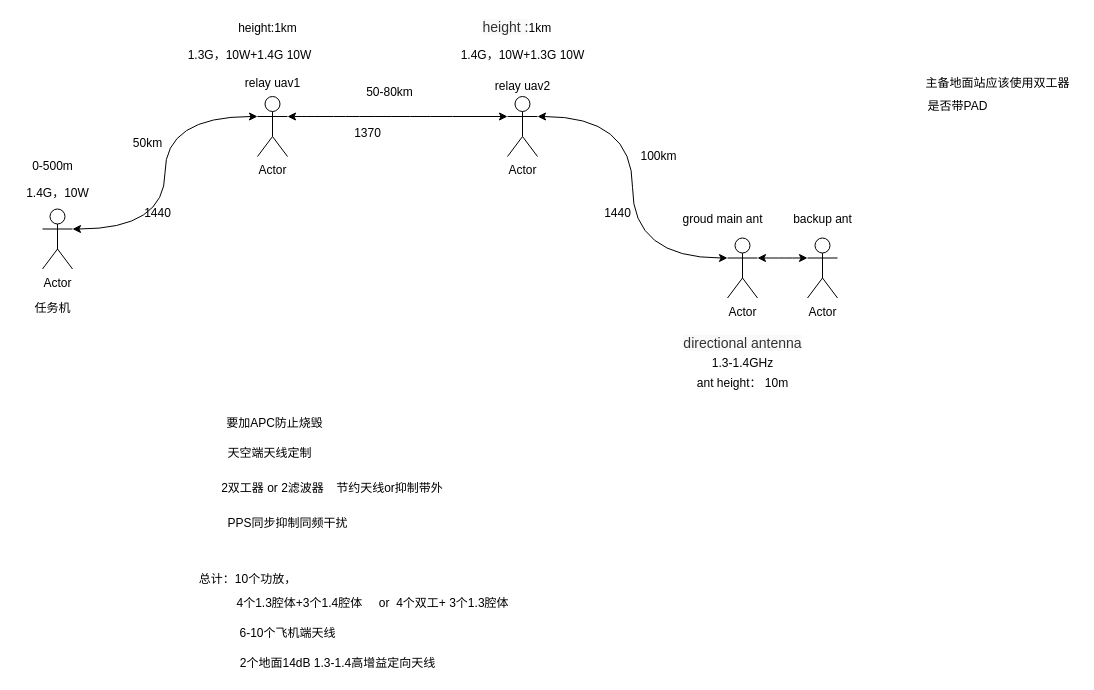
Before: 多机中继.drawio in Momenttt/hellogithub, a draw.io diagram. Source tidied: cells renumbered, new cells numbered last; positions are measured from the earlier drawing's top-left corner, leaving out a move shared by most shapes. Both pictures are drawn from the tidied source at 100%, with x=0, y=0 at pixel (17, 17).
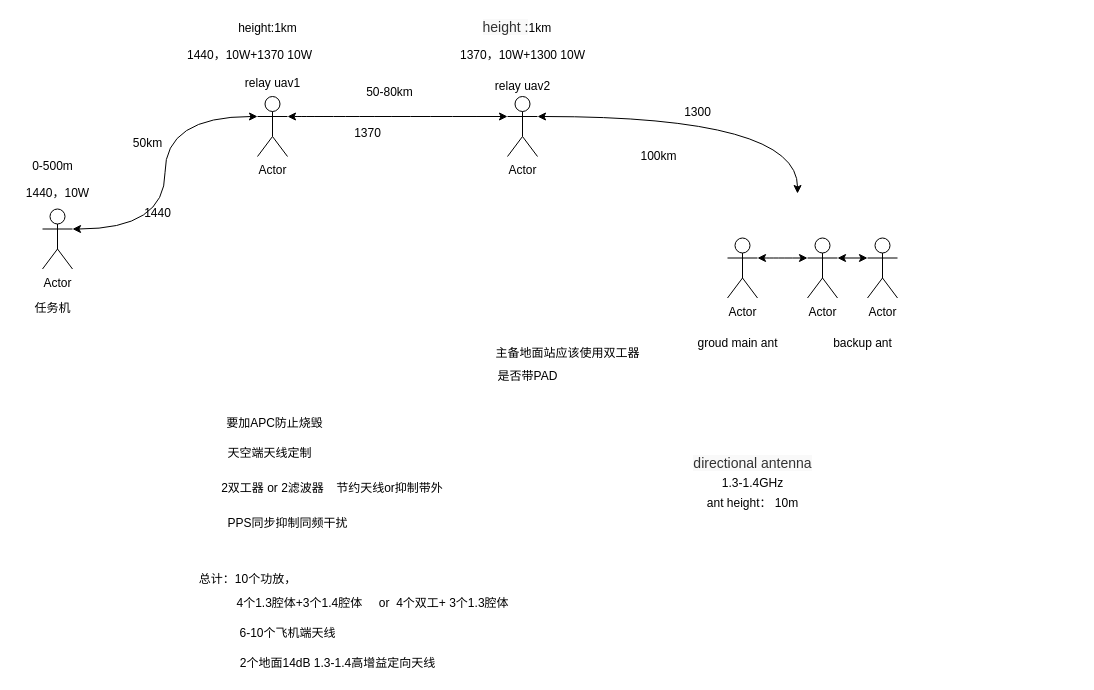
Above is the later version.

The change refers to these unchanged cells:
```xml
<mxCell id="7" value="Actor" style="shape=umlActor;verticalLabelPosition=bottom;labelBackgroundColor=#ffffff;verticalAlign=top;html=1;outlineConnect=0;" parent="1" vertex="1">
  <mxGeometry x="490" y="79" width="30" height="60" as="geometry" />
</mxCell>
<mxCell id="9" value="Actor" style="shape=umlActor;verticalLabelPosition=bottom;labelBackgroundColor=#ffffff;verticalAlign=top;html=1;outlineConnect=0;" parent="1" vertex="1">
  <mxGeometry x="710" y="220.5" width="30" height="60" as="geometry" />
</mxCell>
<mxCell id="23" value="Actor" style="shape=umlActor;verticalLabelPosition=bottom;labelBackgroundColor=#ffffff;verticalAlign=top;html=1;outlineConnect=0;" parent="1" vertex="1">
  <mxGeometry x="790" y="220.5" width="30" height="60" as="geometry" />
</mxCell>
```

What changed in the source:
```diff
@@
-    <mxCell id="6" style="edgeStyle=orthogonalEdgeStyle;jettySize=auto;html=1;exitX=1;exitY=0.3333333333333333;exitDx=0;exitDy=0;exitPerimeter=0;entryX=0;entryY=0.3333333333333333;entryDx=0;entryDy=0;entryPerimeter=0;curved=1;startArrow=classic;startFill=1;" parent="1" edge="1" source="7" target="9">
-      <mxGeometry relative="1" as="geometry" />
+    <mxCell id="6" style="edgeStyle=orthogonalEdgeStyle;jettySize=auto;html=1;exitX=1;exitY=0.3333333333333333;exitDx=0;exitDy=0;exitPerimeter=0;curved=1;startArrow=classic;startFill=1;" parent="1" edge="1" source="7">
+      <mxGeometry relative="1" as="geometry">
+        <mxPoint x="780" y="176" as="targetPoint" />
+      </mxGeometry>
     </mxCell>
@@
     <mxCell id="13" value="groud main ant" style="text;html=1;align=center;verticalAlign=middle;" parent="1" vertex="1">
-      <mxGeometry x="655" y="191.5" width="100" height="20" as="geometry" />
+      <mxGeometry x="670" y="316" width="100" height="20" as="geometry" />
     </mxCell>
     <mxCell id="14" value="&lt;span id=&quot;w_125&quot; class=&quot;&quot; style=&quot;color: rgb(51 , 51 , 51) ; font-family: &amp;#34;arial&amp;#34; , &amp;#34;pingfang sc&amp;#34; , &amp;#34;hiragino sans gb&amp;#34; , &amp;#34;stheiti&amp;#34; , &amp;#34;microsoft yahei&amp;#34; , &amp;#34;wenquanyi micro hei&amp;#34; , sans-serif ; font-size: 14px ; text-align: left ; background-color: rgb(249 , 249 , 249)&quot;&gt;directional&amp;nbsp;&lt;/span&gt;&lt;span id=&quot;w_126&quot; class=&quot;&quot; style=&quot;color: rgb(51 , 51 , 51) ; font-family: &amp;#34;arial&amp;#34; , &amp;#34;pingfang sc&amp;#34; , &amp;#34;hiragino sans gb&amp;#34; , &amp;#34;stheiti&amp;#34; , &amp;#34;microsoft yahei&amp;#34; , &amp;#34;wenquanyi micro hei&amp;#34; , sans-serif ; font-size: 14px ; text-align: left ; background-color: rgb(249 , 249 , 249)&quot;&gt;antenna&lt;/span&gt;" style="text;html=1;align=center;verticalAlign=middle;" parent="1" vertex="1">
-      <mxGeometry x="660" y="316" width="130" height="20" as="geometry" />
+      <mxGeometry x="670" y="436" width="130" height="20" as="geometry" />
     </mxCell>
     <mxCell id="15" value="1.3-1.4GHz" style="text;html=1;align=center;verticalAlign=middle;" parent="1" vertex="1">
-      <mxGeometry x="685" y="336" width="80" height="20" as="geometry" />
+      <mxGeometry x="695" y="456" width="80" height="20" as="geometry" />
     </mxCell>
@@
     <mxCell id="17" value="ant height： 10m" style="text;html=1;align=center;verticalAlign=middle;" parent="1" vertex="1">
-      <mxGeometry x="670" y="356" width="110" height="20" as="geometry" />
+      <mxGeometry x="680" y="476" width="110" height="20" as="geometry" />
     </mxCell>
-    <mxCell id="18" value="1.4G，10W" style="text;html=1;align=center;verticalAlign=middle;" parent="1" vertex="1">
+    <mxCell id="18" value="1440，10W" style="text;html=1;align=center;verticalAlign=middle;" parent="1" vertex="1">
       <mxGeometry y="166" width="80" height="20" as="geometry" />
     </mxCell>
@@
-    <mxCell id="21" value="1.3G，10W+1.4G 10W" style="text;html=1;align=center;verticalAlign=middle;" parent="1" vertex="1">
+    <mxCell id="21" value="1440，10W+1370 10W" style="text;html=1;align=center;verticalAlign=middle;" parent="1" vertex="1">
       <mxGeometry x="162" y="28" width="140" height="20" as="geometry" />
     </mxCell>
-    <mxCell id="22" value="1.4G，10W+1.3G 10W" style="text;html=1;align=center;verticalAlign=middle;" parent="1" vertex="1">
+    <mxCell id="22" value="1370，10W+1300 10W" style="text;html=1;align=center;verticalAlign=middle;" parent="1" vertex="1">
       <mxGeometry x="435" y="28" width="140" height="20" as="geometry" />
     </mxCell>
+    <mxCell id="42" style="edgeStyle=orthogonalEdgeStyle;rounded=0;jettySize=auto;html=1;exitX=1;exitY=0.3333333333333333;exitDx=0;exitDy=0;exitPerimeter=0;entryX=0;entryY=0.3333333333333333;entryDx=0;entryDy=0;entryPerimeter=0;startArrow=classic;startFill=1;" parent="1" edge="1" source="23" target="43">
+      <mxGeometry relative="1" as="geometry" />
+    </mxCell>
@@
     <mxCell id="24" value="backup ant" style="text;html=1;align=center;verticalAlign=middle;" parent="1" vertex="1">
-      <mxGeometry x="770" y="191.5" width="70" height="20" as="geometry" />
+      <mxGeometry x="810" y="316" width="70" height="20" as="geometry" />
     </mxCell>
@@
     <mxCell id="37" value="主备地面站应该使用双工器" style="text;html=1;align=center;verticalAlign=middle;" parent="1" vertex="1">
-      <mxGeometry x="900" y="56" width="160" height="20" as="geometry" />
+      <mxGeometry x="470" y="326" width="160" height="20" as="geometry" />
     </mxCell>
     <mxCell id="38" value="是否带PAD" style="text;html=1;align=center;verticalAlign=middle;" parent="1" vertex="1">
-      <mxGeometry x="900" y="79" width="80" height="20" as="geometry" />
+      <mxGeometry x="470" y="349" width="80" height="20" as="geometry" />
     </mxCell>
@@
-    <mxCell id="41" value="1440" style="text;html=1;align=center;verticalAlign=middle;" parent="1" vertex="1">
-      <mxGeometry x="580" y="186" width="40" height="20" as="geometry" />
+    <mxCell id="41" value="1300" style="text;html=1;align=center;verticalAlign=middle;" parent="1" vertex="1">
+      <mxGeometry x="660" y="85" width="40" height="20" as="geometry" />
     </mxCell>
+    <mxCell id="43" value="Actor" style="shape=umlActor;verticalLabelPosition=bottom;labelBackgroundColor=#ffffff;verticalAlign=top;html=1;outlineConnect=0;" parent="1" vertex="1">
+      <mxGeometry x="850" y="220.5" width="30" height="60" as="geometry" />
+    </mxCell>
```
